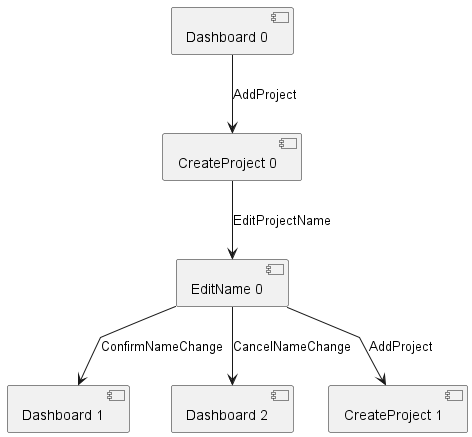
Earlier version of the PlantUML export assignments/4_model_based_testing/transition_trees/transition_tree_1.png (JoaoCostaIFG/tvvs). Source of this version:
```plantuml
@startuml
skinparam linetype polyline

[Dashboard 0] -d-> [CreateProject 0] : AddProject

[CreateProject 0] -d-> [EditName 0] : EditProjectName

[EditName 0] -d-> [Dashboard 1] : ConfirmNameChange
[EditName 0] -d-> [Dashboard 2] : CancelNameChange
[EditName 0] -d-> [CreateProject 1] : AddProject

@enduml
```
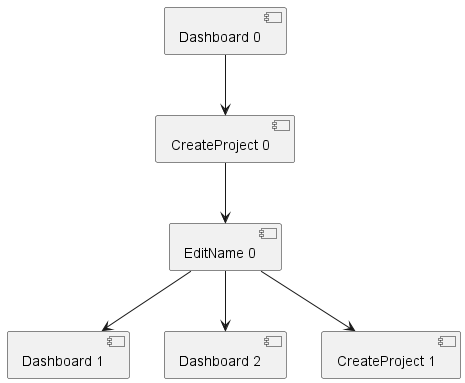
The same file after the commit.

Commit message:
Transitio tree updated

Change to the diagram source:
```diff
@@ -1,12 +1,12 @@
 @startuml
 skinparam linetype polyline
 
-[Dashboard 0] -d-> [CreateProject 0] : AddProject
+[Dashboard 0] -d-> [CreateProject 0]
 
-[CreateProject 0] -d-> [EditName 0] : EditProjectName
+[CreateProject 0] -d-> [EditName 0]
 
-[EditName 0] -d-> [Dashboard 1] : ConfirmNameChange
-[EditName 0] -d-> [Dashboard 2] : CancelNameChange
-[EditName 0] -d-> [CreateProject 1] : AddProject
+[EditName 0] -d-> [Dashboard 1]
+[EditName 0] -d-> [Dashboard 2]
+[EditName 0] -d-> [CreateProject 1]
 
 @enduml
```
